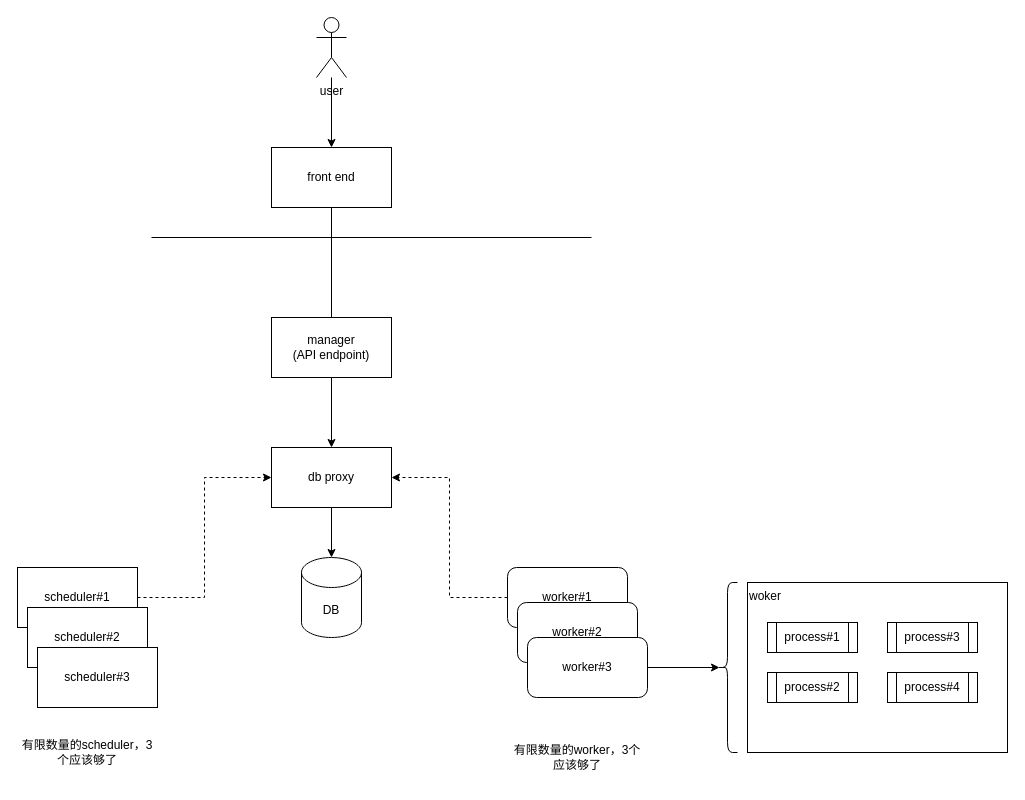
The draw.io diagram page "arch design" (4 of 5) of simple-scheduler.drawio in gabrywu/drawio-dag, before the edit. Source tidied: cells renumbered, new cells numbered last; positions are measured from the earlier drawing's top-left corner, leaving out a move shared by most shapes. Both pictures are drawn from the tidied source at 100%, with x=0, y=0 at pixel (17, 17).
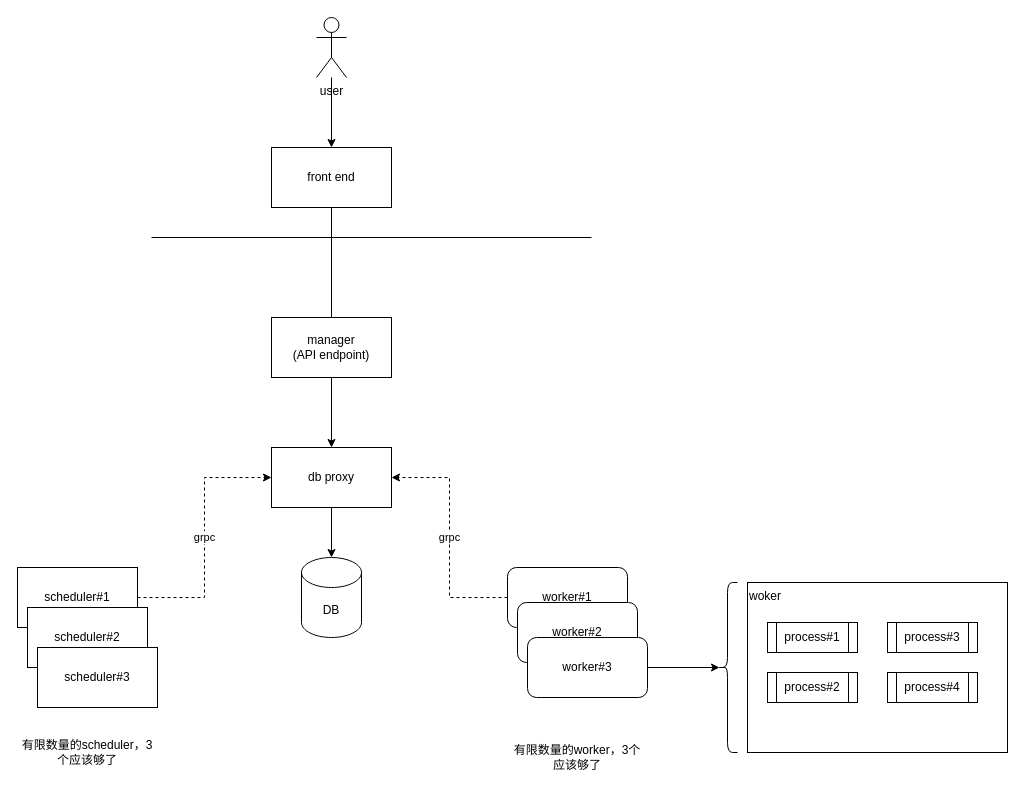
Above is the later version.

Unchanged cells that the change refers to:
```xml
<mxCell id="8" value="db proxy" style="rounded=0;whiteSpace=wrap;html=1;" parent="1" vertex="1">
  <mxGeometry x="254" y="430" width="120" height="60" as="geometry" />
</mxCell>
<mxCell id="13" value="worker#1" style="rounded=1;whiteSpace=wrap;html=1;" parent="12" vertex="1">
  <mxGeometry width="120" height="60" as="geometry" />
</mxCell>
<mxCell id="17" value="scheduler#1" style="rounded=0;whiteSpace=wrap;html=1;" parent="16" vertex="1">
  <mxGeometry width="120" height="60" as="geometry" />
</mxCell>
```

The edit, as a diff of the source:
```diff
@@
-    <mxCell id="9" style="edgeStyle=orthogonalEdgeStyle;rounded=0;jettySize=auto;html=1;startArrow=none;startFill=0;endArrow=classic;endFill=1;dashed=1;entryX=0;entryY=0.5;entryDx=0;entryDy=0;" parent="1" edge="1" source="17" target="8">
+    <mxCell id="9" value="grpc" style="edgeStyle=orthogonalEdgeStyle;rounded=0;jettySize=auto;html=1;startArrow=none;startFill=0;endArrow=classic;endFill=1;dashed=1;entryX=0;entryY=0.5;entryDx=0;entryDy=0;" parent="1" edge="1" source="17" target="8">
       <mxGeometry relative="1" as="geometry" />
     </mxCell>
@@
-    <mxCell id="11" style="edgeStyle=orthogonalEdgeStyle;rounded=0;jettySize=auto;html=1;dashed=1;entryX=1;entryY=0.5;entryDx=0;entryDy=0;" parent="1" edge="1" source="13" target="8">
+    <mxCell id="11" value="grpc" style="edgeStyle=orthogonalEdgeStyle;rounded=0;jettySize=auto;html=1;dashed=1;entryX=1;entryY=0.5;entryDx=0;entryDy=0;" parent="1" edge="1" source="13" target="8">
       <mxGeometry relative="1" as="geometry" />
     </mxCell>
```
